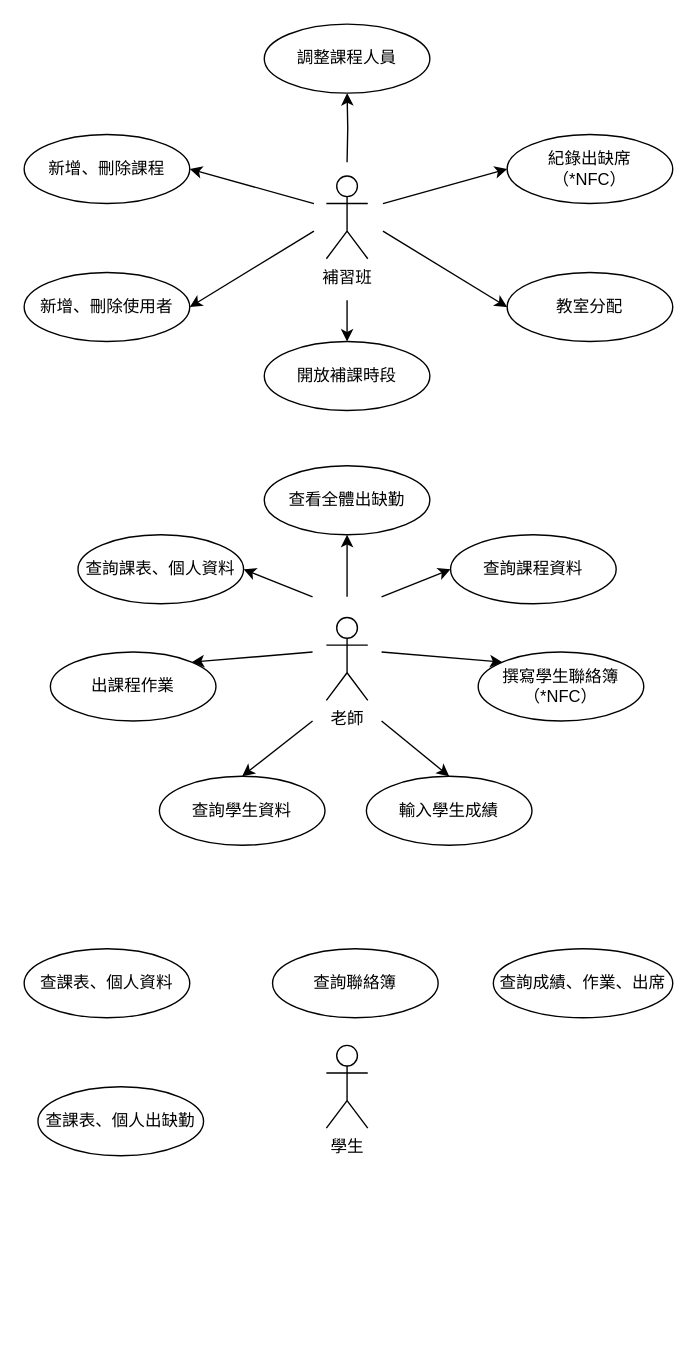
Earlier version of the draw.io diagram 軟體開發文件/使用案例圖.drawio (LiaozhiCheng/CramSchoolApp). Source tidied: cells renumbered, new cells numbered last; positions are measured from the earlier drawing's top-left corner, leaving out a move shared by most shapes. Both pictures are drawn from the tidied source at 138%, with x=0, y=0 at pixel (23, 23).
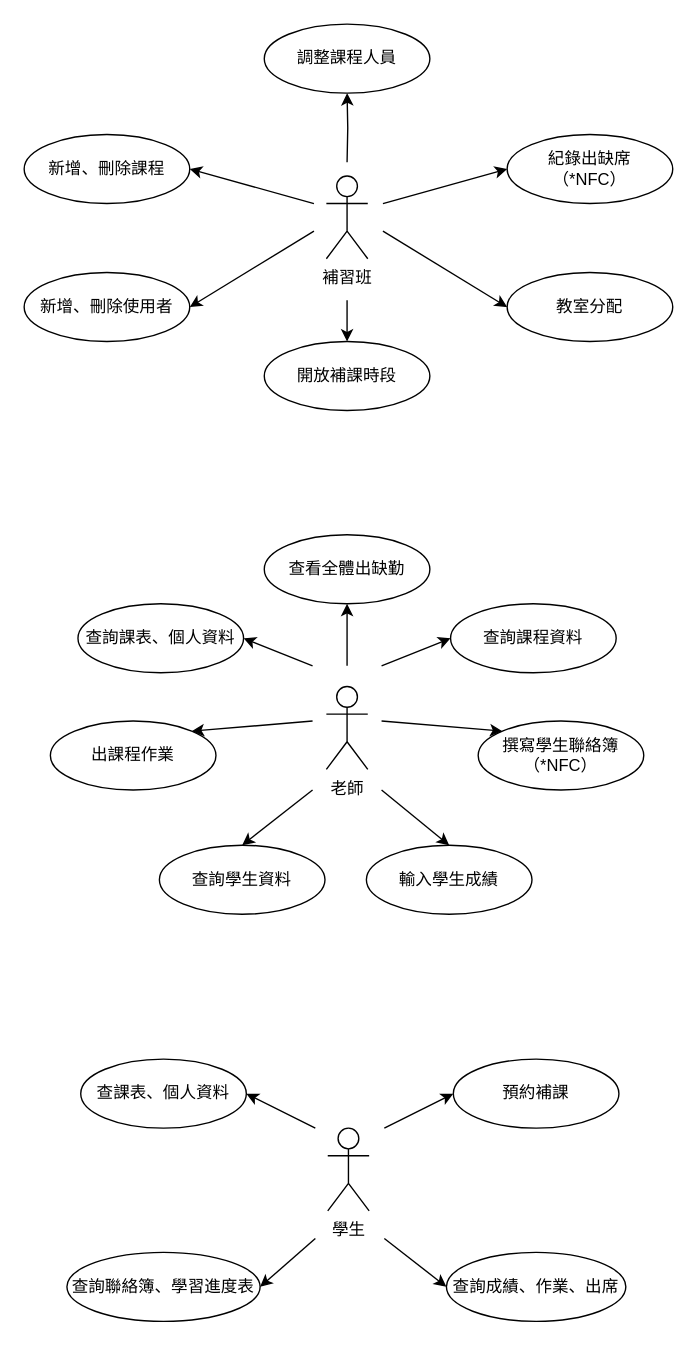
Above is the later version.

Commit message:
Update 使用案例圖.drawio

The edit, as a diff of the source:
```diff
@@
     <mxCell id="16" style="group;" parent="1" vertex="1">
-      <mxGeometry x="19" y="320" width="430" height="275" as="geometry" />
+      <mxGeometry x="19" y="370" width="430" height="275" as="geometry" />
     </mxCell>
@@
+    <mxCell id="37" style="group;" parent="1" vertex="1">
+      <mxGeometry x="31" y="750" width="405" height="190" as="geometry" />
+    </mxCell>
-    <mxCell id="32" value="學生" style="shape=umlActor;verticalLabelPosition=bottom;verticalAlign=top;html=1;" parent="1" vertex="1">
-      <mxGeometry x="219" y="740" width="30" height="60" as="geometry" />
+    <mxCell id="32" value="學生" style="shape=umlActor;verticalLabelPosition=bottom;verticalAlign=top;html=1;" parent="37" vertex="1">
+      <mxGeometry x="189" y="50" width="30" height="60" as="geometry" />
     </mxCell>
-    <mxCell id="33" value="查課表、個人資料" style="ellipse;whiteSpace=wrap;html=1;" parent="1" vertex="1">
-      <mxGeometry y="670" width="120" height="50" as="geometry" />
+    <mxCell id="33" value="查課表、個人資料" style="ellipse;whiteSpace=wrap;html=1;" parent="37" vertex="1">
+      <mxGeometry x="10" width="120" height="50" as="geometry" />
     </mxCell>
-    <mxCell id="34" value="查詢聯絡簿" style="ellipse;whiteSpace=wrap;html=1;" parent="1" vertex="1">
-      <mxGeometry x="180" y="670" width="120" height="50" as="geometry" />
+    <mxCell id="34" value="查詢聯絡簿、學習進度表" style="ellipse;whiteSpace=wrap;html=1;" parent="37" vertex="1">
+      <mxGeometry y="140" width="140" height="50" as="geometry" />
     </mxCell>
-    <mxCell id="35" value="查詢成績、作業、出席" style="ellipse;whiteSpace=wrap;html=1;" parent="1" vertex="1">
-      <mxGeometry x="340" y="670" width="130" height="50" as="geometry" />
+    <mxCell id="35" value="查詢成績、作業、出席" style="ellipse;whiteSpace=wrap;html=1;" parent="37" vertex="1">
+      <mxGeometry x="275" y="140" width="130" height="50" as="geometry" />
     </mxCell>
-    <mxCell id="36" value="查課表、個人出缺勤" style="ellipse;whiteSpace=wrap;html=1;" parent="1" vertex="1">
-      <mxGeometry x="10" y="770" width="120" height="50" as="geometry" />
-    </mxCell>
+    <mxCell id="38" value="預約補課" style="ellipse;whiteSpace=wrap;html=1;" parent="37" vertex="1">
+      <mxGeometry x="280" width="120" height="50" as="geometry" />
+    </mxCell>
+    <mxCell id="39" style="endArrow=classic;html=1;entryX=0;entryY=0.5;entryDx=0;entryDy=0;" parent="37" edge="1" target="38">
+      <mxGeometry relative="1" as="geometry">
+        <mxPoint x="230" y="50" as="sourcePoint" />
+      </mxGeometry>
+    </mxCell>
+    <mxCell id="40" style="endArrow=classic;html=1;entryX=0;entryY=0.5;entryDx=0;entryDy=0;" parent="37" edge="1" target="35">
+      <mxGeometry relative="1" as="geometry">
+        <mxPoint x="230" y="130" as="sourcePoint" />
+      </mxGeometry>
+    </mxCell>
+    <mxCell id="41" style="endArrow=classic;html=1;entryX=1;entryY=0.5;entryDx=0;entryDy=0;" parent="37" edge="1" target="34">
+      <mxGeometry relative="1" as="geometry">
+        <mxPoint x="180" y="130" as="sourcePoint" />
+      </mxGeometry>
+    </mxCell>
+    <mxCell id="42" style="endArrow=classic;html=1;entryX=1;entryY=0.5;entryDx=0;entryDy=0;" parent="37" edge="1" target="33">
+      <mxGeometry relative="1" as="geometry">
+        <mxPoint x="180" y="50" as="sourcePoint" />
+      </mxGeometry>
+    </mxCell>
```
